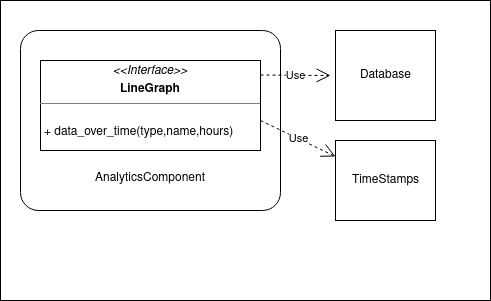
Before: artifacts/assets/AnalyticsComponent_class.png, a diagram exported from draw.io (home-suite-home/Home-Suite-Home). Source tidied: cells renumbered, new cells last; positions are measured from the earlier drawing's top-left corner, leaving out a move shared by most shapes.
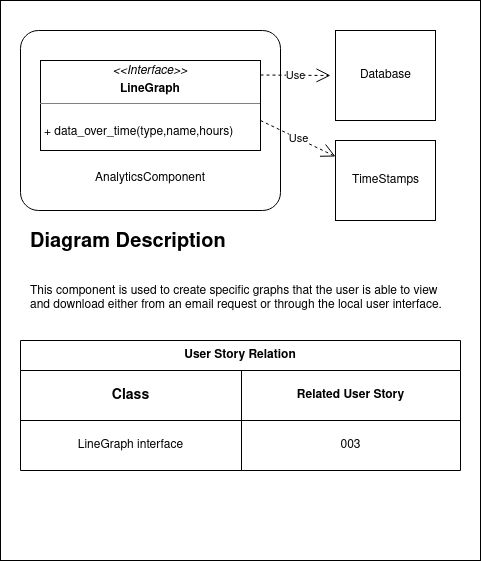
The same file after the commit.

Commit message:
added class diagrams for EmailCommandHandler and AnalyticsComponent

What changed in the source:
```diff
@@ -3,7 +3,7 @@
     <mxCell id="0" />
     <mxCell id="1" parent="0" />
     <mxCell id="2" style="rounded=0;whiteSpace=wrap;html=1;" parent="1" vertex="1">
-      <mxGeometry width="490" height="300" as="geometry" />
+      <mxGeometry width="480" height="560" as="geometry" />
     </mxCell>
     <mxCell id="3" value="&lt;div&gt;&lt;br&gt;&lt;/div&gt;&lt;div&gt;&lt;br&gt;&lt;/div&gt;&lt;div&gt;&lt;br&gt;&lt;/div&gt;&lt;div&gt;&lt;br&gt;&lt;/div&gt;&lt;div&gt;&lt;br&gt;&lt;/div&gt;&lt;div&gt;&lt;br&gt;&lt;/div&gt;&lt;div&gt;&lt;br&gt;&lt;/div&gt;&lt;div&gt;&lt;br&gt;&lt;/div&gt;&lt;div&gt;AnalyticsComponent&lt;br&gt;&lt;/div&gt;" style="rounded=1;arcSize=10;whiteSpace=wrap;html=1;align=center;" parent="1" vertex="1">
       <mxGeometry x="20" y="30" width="260" height="180" as="geometry" />
@@ -28,5 +28,29 @@
         <mxPoint x="260" y="120" as="sourcePoint" />
       </mxGeometry>
     </mxCell>
+    <mxCell id="9" value="&lt;div&gt;&lt;font size=&quot;1&quot;&gt;&lt;b style=&quot;font-size: 20px&quot;&gt;Diagram Description&lt;/b&gt;&lt;br&gt;&lt;/font&gt;&lt;/div&gt;&lt;div&gt;&lt;br&gt;&lt;/div&gt;&lt;div style=&quot;font-size: 13px&quot;&gt;&lt;br&gt;&lt;/div&gt;This component is used to create specific graphs that the user is able to view and download either from an email request or through the local user interface." style="text;html=1;strokeColor=none;fillColor=none;spacing=5;spacingTop=-20;whiteSpace=wrap;overflow=hidden;rounded=0;" parent="1" vertex="1">
+      <mxGeometry x="25" y="240" width="425" height="80" as="geometry" />
+    </mxCell>
+    <mxCell id="10" value="User Story Relation" style="shape=table;html=1;whiteSpace=wrap;startSize=30;fontStyle=1;align=center;" parent="1" vertex="1">
+      <mxGeometry x="20" y="340" width="440" height="130" as="geometry" />
+    </mxCell>
+    <mxCell id="11" style="shape=partialRectangle;html=1;whiteSpace=wrap;fillColor=none;top=0;left=0;bottom=0;right=0;" parent="10" vertex="1">
+      <mxGeometry y="30" width="440" height="50" as="geometry" />
+    </mxCell>
+    <mxCell id="12" value="&lt;font size=&quot;1&quot;&gt;&lt;b style=&quot;font-size: 14px&quot;&gt;Class&lt;/b&gt;&lt;/font&gt;" style="shape=partialRectangle;html=1;whiteSpace=wrap;fillColor=none;top=0;left=0;bottom=0;right=0;overflow=hidden;" parent="11" vertex="1">
+      <mxGeometry width="221" height="50" as="geometry" />
+    </mxCell>
+    <mxCell id="13" value="&lt;b&gt;Related User Story&lt;/b&gt;" style="shape=partialRectangle;html=1;whiteSpace=wrap;fillColor=none;top=0;left=0;bottom=0;right=0;overflow=hidden;" parent="11" vertex="1">
+      <mxGeometry x="221" width="219" height="50" as="geometry" />
+    </mxCell>
+    <mxCell id="14" style="shape=partialRectangle;html=1;whiteSpace=wrap;fillColor=none;top=0;left=0;bottom=0;right=0;" parent="10" vertex="1">
+      <mxGeometry y="80" width="440" height="50" as="geometry" />
+    </mxCell>
+    <mxCell id="15" value="LineGraph interface" style="shape=partialRectangle;html=1;whiteSpace=wrap;fillColor=none;top=0;left=0;bottom=0;right=0;overflow=hidden;" parent="14" vertex="1">
+      <mxGeometry width="221" height="50" as="geometry" />
+    </mxCell>
+    <mxCell id="16" value="003" style="shape=partialRectangle;html=1;whiteSpace=wrap;fillColor=none;top=0;left=0;bottom=0;right=0;overflow=hidden;" parent="14" vertex="1">
+      <mxGeometry x="221" width="219" height="50" as="geometry" />
+    </mxCell>
   </root>
 </mxGraphModel>
```
